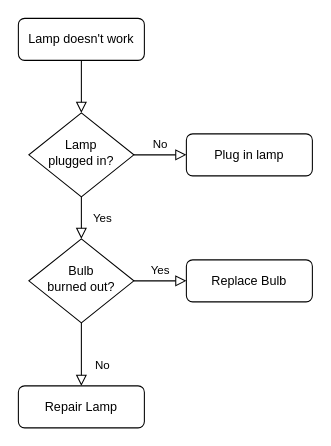
Before: Untitled Diagram.drawio in MelonBun8/AutoLineWebsite, a draw.io diagram. Source tidied: cells renumbered, new cells numbered last; positions are measured from the earlier drawing's top-left corner, leaving out a move shared by most shapes. Both pictures are drawn from the tidied source at 105%, with x=0, y=0 at pixel (18, 18).
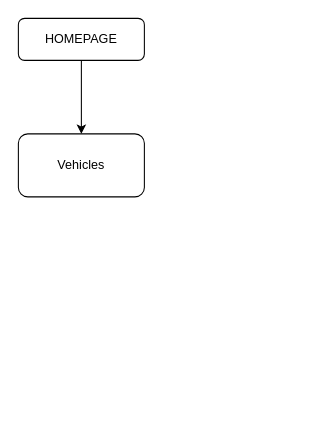
After the change.

Diff of the diagram source:
```diff
@@
 <mxGraphModel>
   <root>
     <mxCell id="0" />
     <mxCell id="1" parent="0" />
-    <mxCell id="2" style="rounded=0;html=1;jettySize=auto;fontSize=11;endArrow=block;endFill=0;endSize=8;strokeWidth=1;shadow=0;labelBackgroundColor=none;edgeStyle=orthogonalEdgeStyle;" parent="1" edge="1" source="3" target="6">
-      <mxGeometry relative="1" as="geometry" />
-    </mxCell>
+    <mxCell id="13" style="edgeStyle=orthogonalEdgeStyle;rounded=0;jettySize=auto;html=1;" parent="1" edge="1" source="3" target="14">
+      <mxGeometry relative="1" as="geometry">
+        <Array as="points">
+          <mxPoint x="60" y="70" />
+          <mxPoint x="60" y="70" />
+        </Array>
+      </mxGeometry>
+    </mxCell>
-    <mxCell id="3" value="Lamp doesn't work" style="rounded=1;whiteSpace=wrap;html=1;fontSize=12;glass=0;strokeWidth=1;shadow=0;" parent="1" vertex="1">
+    <mxCell id="3" value="HOMEPAGE" style="rounded=1;whiteSpace=wrap;html=1;fontSize=12;glass=0;strokeWidth=1;shadow=0;" parent="1" vertex="1">
       <mxGeometry width="120" height="40" as="geometry" />
     </mxCell>
-    <mxCell id="4" value="Yes" style="rounded=0;html=1;jettySize=auto;fontSize=11;endArrow=block;endFill=0;endSize=8;strokeWidth=1;shadow=0;labelBackgroundColor=none;edgeStyle=orthogonalEdgeStyle;" parent="1" edge="1" source="6" target="10">
-      <mxGeometry y="20" relative="1" as="geometry" />
-    </mxCell>
-    <mxCell id="5" value="No" style="edgeStyle=orthogonalEdgeStyle;rounded=0;html=1;jettySize=auto;fontSize=11;endArrow=block;endFill=0;endSize=8;strokeWidth=1;shadow=0;labelBackgroundColor=none;" parent="1" edge="1" source="6" target="7">
-      <mxGeometry y="10" relative="1" as="geometry" />
-    </mxCell>
-    <mxCell id="6" value="Lamp&lt;br&gt;plugged in?" style="rhombus;whiteSpace=wrap;html=1;shadow=0;fontFamily=Helvetica;fontSize=12;align=center;strokeWidth=1;spacing=6;spacingTop=-4;" parent="1" vertex="1">
-      <mxGeometry x="10" y="90" width="100" height="80" as="geometry" />
-    </mxCell>
-    <mxCell id="7" value="Plug in lamp" style="rounded=1;whiteSpace=wrap;html=1;fontSize=12;glass=0;strokeWidth=1;shadow=0;" parent="1" vertex="1">
-      <mxGeometry x="160" y="110" width="120" height="40" as="geometry" />
-    </mxCell>
-    <mxCell id="8" value="No" style="rounded=0;html=1;jettySize=auto;fontSize=11;endArrow=block;endFill=0;endSize=8;strokeWidth=1;shadow=0;labelBackgroundColor=none;edgeStyle=orthogonalEdgeStyle;" parent="1" edge="1" source="10" target="11">
-      <mxGeometry x="0.33" y="20" relative="1" as="geometry" />
-    </mxCell>
-    <mxCell id="9" value="Yes" style="edgeStyle=orthogonalEdgeStyle;rounded=0;html=1;jettySize=auto;fontSize=11;endArrow=block;endFill=0;endSize=8;strokeWidth=1;shadow=0;labelBackgroundColor=none;" parent="1" edge="1" source="10" target="12">
-      <mxGeometry y="10" relative="1" as="geometry" />
-    </mxCell>
-    <mxCell id="10" value="Bulb&lt;br&gt;burned out?" style="rhombus;whiteSpace=wrap;html=1;shadow=0;fontFamily=Helvetica;fontSize=12;align=center;strokeWidth=1;spacing=6;spacingTop=-4;" parent="1" vertex="1">
-      <mxGeometry x="10" y="210" width="100" height="80" as="geometry" />
-    </mxCell>
-    <mxCell id="11" value="Repair Lamp" style="rounded=1;whiteSpace=wrap;html=1;fontSize=12;glass=0;strokeWidth=1;shadow=0;" parent="1" vertex="1">
-      <mxGeometry y="350" width="120" height="40" as="geometry" />
-    </mxCell>
-    <mxCell id="12" value="Replace Bulb" style="rounded=1;whiteSpace=wrap;html=1;fontSize=12;glass=0;strokeWidth=1;shadow=0;" parent="1" vertex="1">
-      <mxGeometry x="160" y="230" width="120" height="40" as="geometry" />
-    </mxCell>
+    <mxCell id="14" value="Vehicles" style="whiteSpace=wrap;html=1;rounded=1;glass=0;strokeWidth=1;shadow=0;" parent="1" vertex="1">
+      <mxGeometry y="110" width="120" height="60" as="geometry" />
+    </mxCell>
   </root>
 </mxGraphModel>
```
